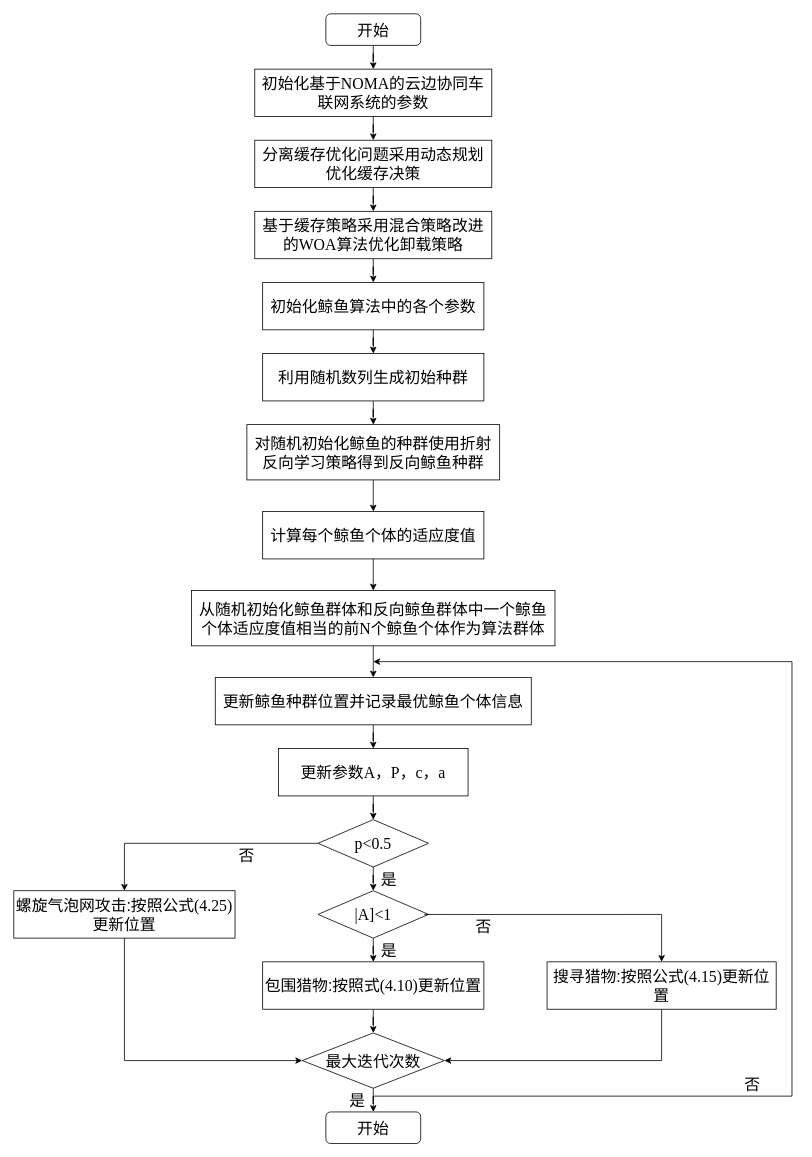
This is 未命名绘图.drawio from xiaotudoudoudoud/pipilu, a draw.io file, before an edit. Source tidied: cells renumbered, new cells numbered last; positions are measured from the earlier drawing's top-left corner, leaving out a move shared by most shapes. Both pictures are drawn from the tidied source at 79%, with x=0, y=0 at pixel (13, 13).
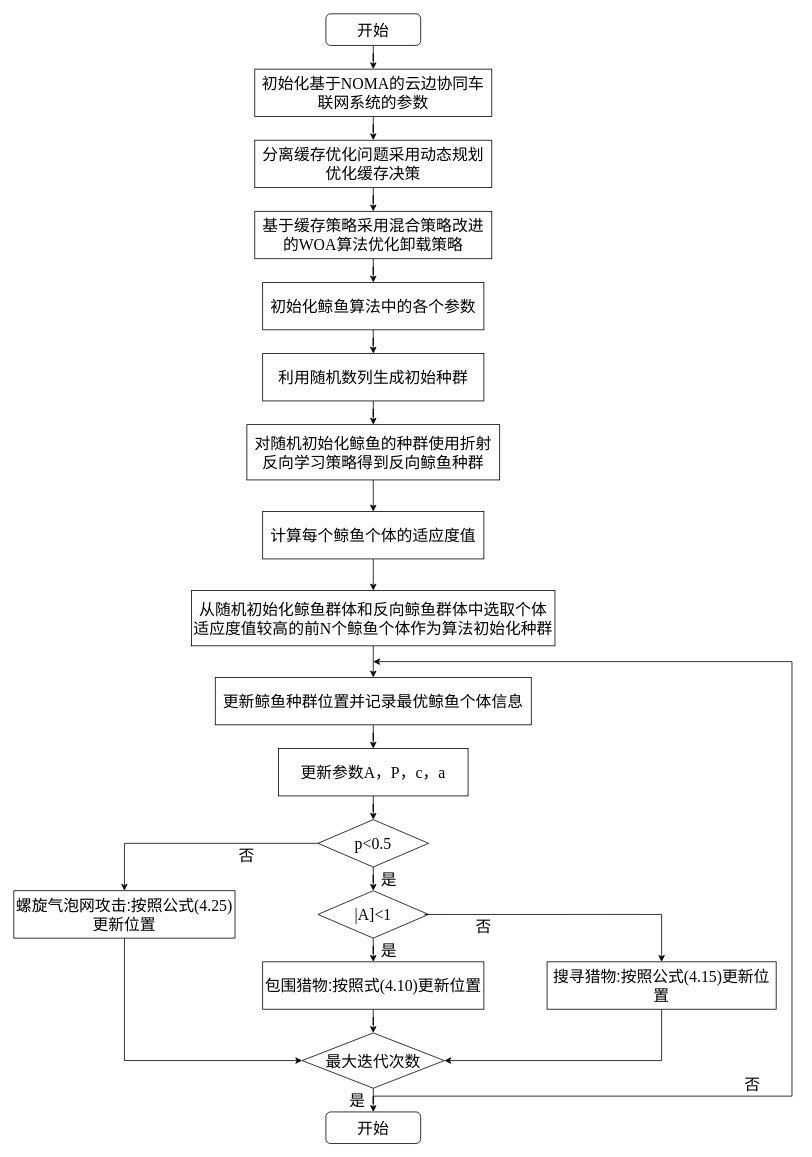
Above is the later version.

Commit message:
联合缓存与部分卸载算法.drawio

The edit, as a diff of the source:
```diff
@@
-    <mxCell id="19" value="从随机初始化鲸鱼群体和反向鲸鱼群体中一个鲸鱼个体适应度值相当的前&lt;font face=&quot;Times New Roman&quot;&gt;N&lt;/font&gt;个鲸鱼个体作为算法群体" style="rounded=0;whiteSpace=wrap;html=1;fontFamily=宋体;fontSize=20;" parent="1" vertex="1">
+    <mxCell id="19" value="从随机初始化鲸鱼群体和反向鲸鱼群体中选取个体适应度值较高的前&lt;font face=&quot;Times New Roman&quot;&gt;N&lt;/font&gt;个鲸鱼个体作为算法初始化种群" style="rounded=0;whiteSpace=wrap;html=1;fontFamily=宋体;fontSize=20;" parent="1" vertex="1">
       <mxGeometry x="225" y="730" width="460" height="70" as="geometry" />
     </mxCell>
```
